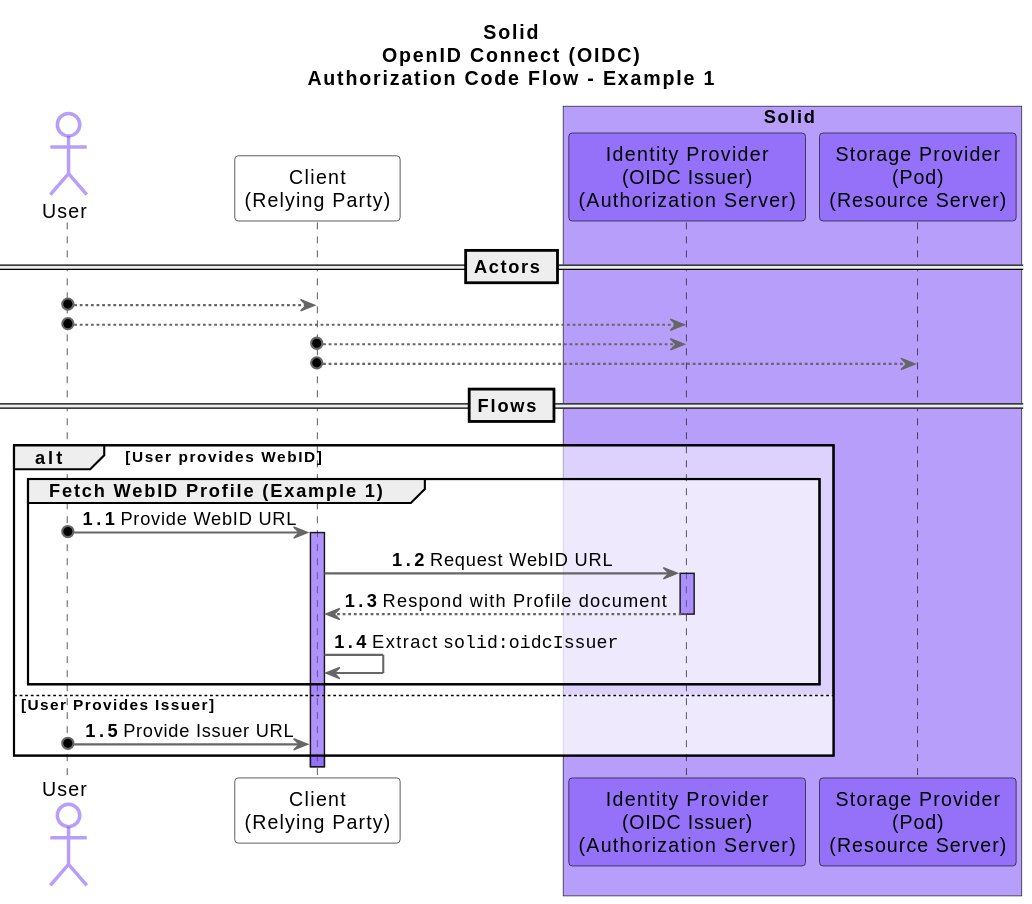
This is diagrams/example.01.webid.svg from Project-MEENT/experiment-php-solid-client, a PlantUML export, as it was before one commit.
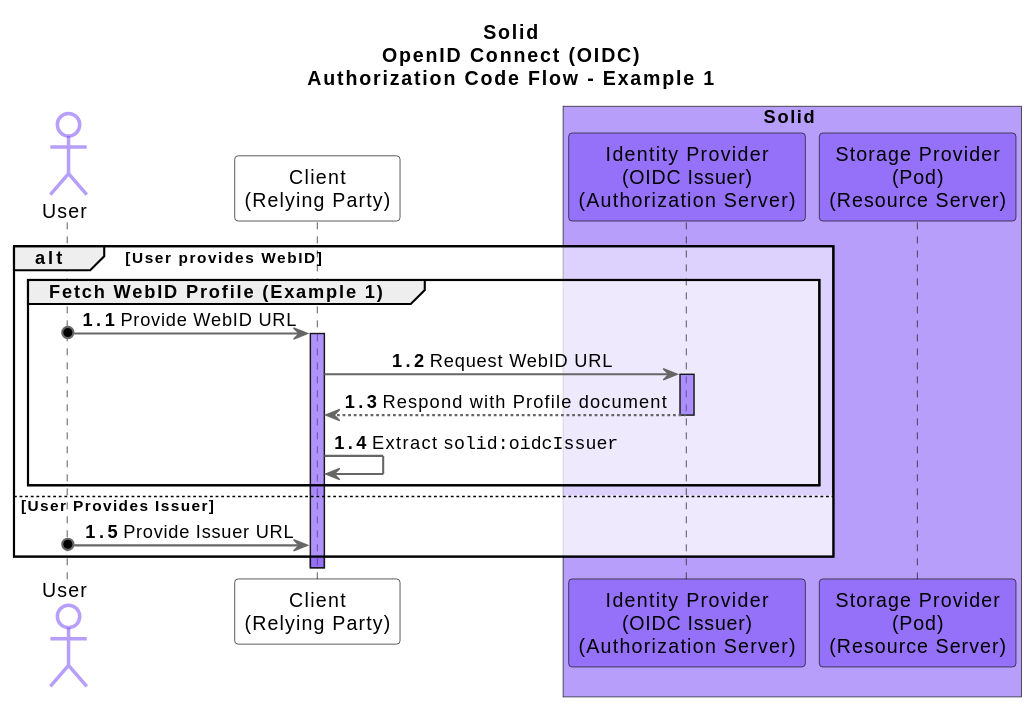
After the change.

Commit message:
Add generated images of example flow diagrams.

Diff of the diagram source:
```diff
@@ -2,8 +2,6 @@
 title Solid\nOpenID Connect (OIDC)\nAuthorization Code Flow - Example 1
 
 !include_once actors.puml
-
-== Flows ==
 
 alt User provides WebID
 group Fetch WebID Profile (Example 1)
```
